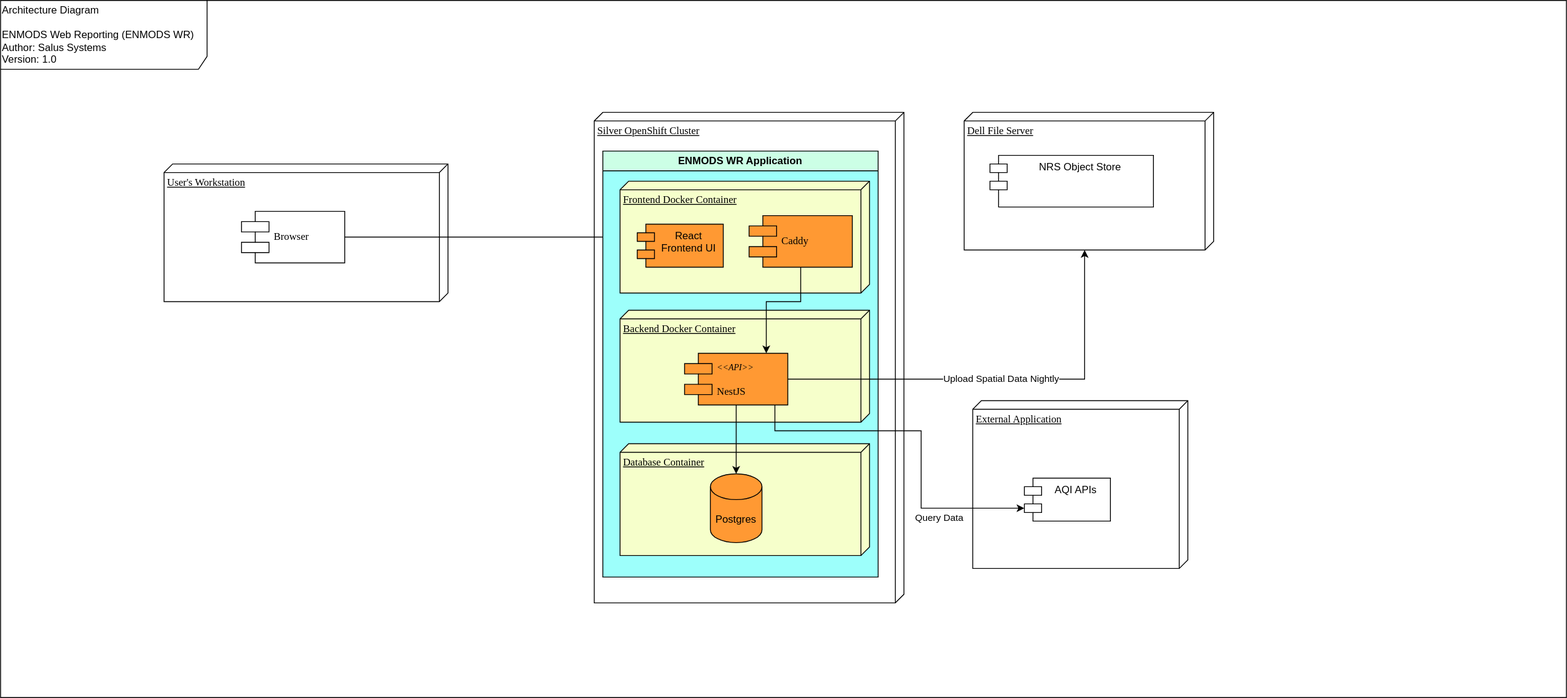
bcgov/nr-enmods-wr keeps this draw.io diagram as documentation/arch.drawio.svg. Above is the earlier version. Source tidied: cells renumbered, new cells last; positions are measured from the earlier drawing's top-left corner, leaving out a move shared by most shapes.
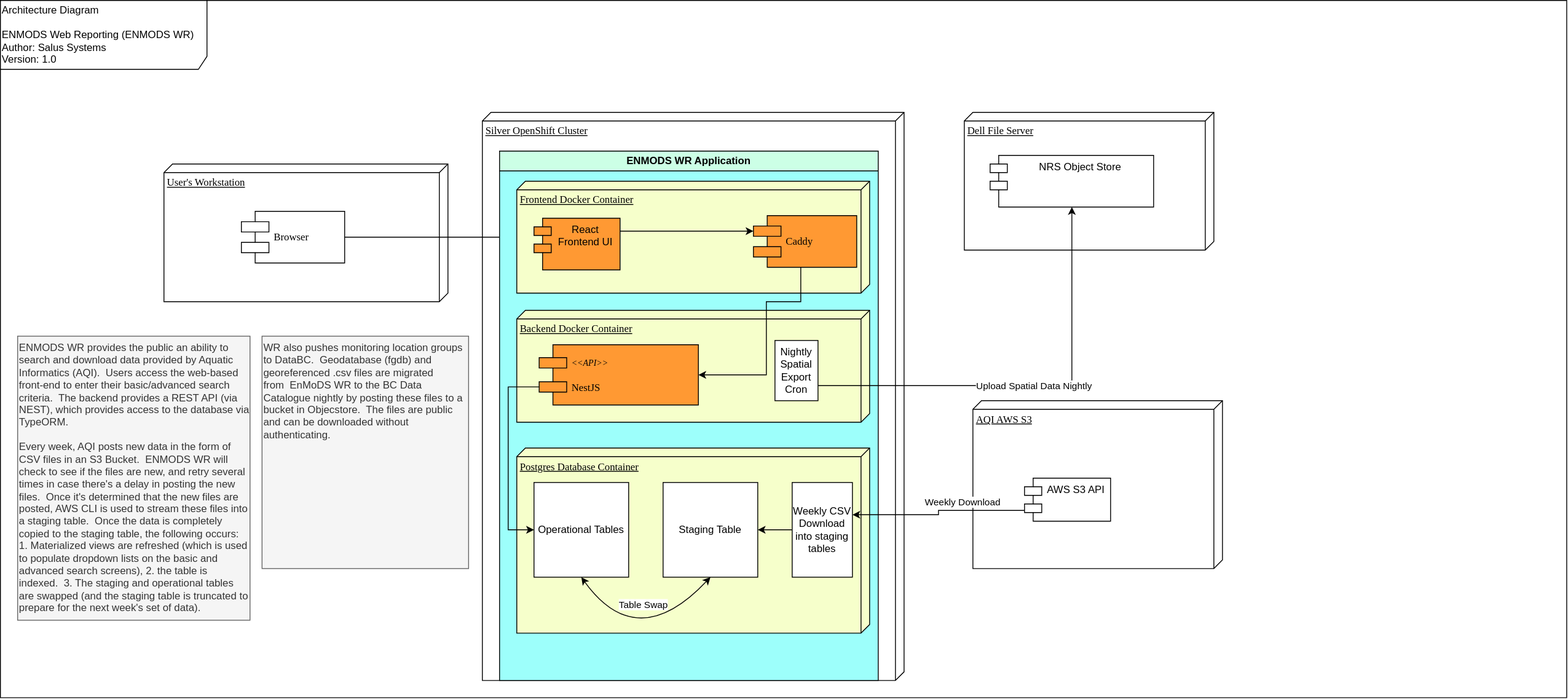
The same diagram one commit later.

The edit, as a diff of the source:
```diff
@@ -6,7 +6,7 @@
       <mxGeometry x="190" y="190" width="330" height="160" as="geometry" />
     </mxCell>
     <mxCell id="3" value="Silver OpenShift Cluster" style="verticalAlign=top;align=left;spacingTop=8;spacingLeft=2;spacingRight=12;shape=cube;size=10;direction=south;fontStyle=4;html=1;rounded=0;shadow=0;comic=0;labelBackgroundColor=none;strokeWidth=1;fontFamily=Verdana;fontSize=12;" parent="1" vertex="1">
-      <mxGeometry x="690" y="130" width="360" height="570" as="geometry" />
+      <mxGeometry x="560" y="130" width="490" height="660" as="geometry" />
     </mxCell>
     <mxCell id="4" style="edgeStyle=orthogonalEdgeStyle;rounded=0;jettySize=auto;html=1;" parent="1" edge="1" source="5" target="8">
       <mxGeometry relative="1" as="geometry" />
@@ -18,29 +18,31 @@
       <mxGeometry width="1820" height="810" as="geometry" />
     </mxCell>
     <mxCell id="7" value="ENMODS WR Application" style="swimlane;whiteSpace=wrap;html=1;fillColor=#CCFFE6;backgroundOutline=0;swimlaneFillColor=#9DFFFB;" parent="1" vertex="1">
-      <mxGeometry x="700" y="175" width="320" height="495" as="geometry" />
+      <mxGeometry x="580" y="175" width="440" height="615" as="geometry" />
     </mxCell>
+    <mxCell id="12" value="Postgres Database Container" style="verticalAlign=top;align=left;spacingTop=8;spacingLeft=2;spacingRight=12;shape=cube;size=10;direction=south;fontStyle=4;html=1;rounded=0;shadow=0;comic=0;labelBackgroundColor=none;strokeWidth=1;fontFamily=Verdana;fontSize=12;fillColor=#F6FFCB;" parent="7" vertex="1">
+      <mxGeometry x="20" y="345" width="410" height="215" as="geometry" />
+    </mxCell>
     <mxCell id="8" value="Frontend Docker Container" style="verticalAlign=top;align=left;spacingTop=8;spacingLeft=2;spacingRight=12;shape=cube;size=10;direction=south;fontStyle=4;html=1;rounded=0;shadow=0;comic=0;labelBackgroundColor=none;strokeWidth=1;fontFamily=Verdana;fontSize=12;fillColor=#F6FFCB;" parent="1" vertex="1">
-      <mxGeometry x="720" y="210" width="290" height="130" as="geometry" />
+      <mxGeometry x="600" y="210" width="410" height="130" as="geometry" />
     </mxCell>
     <mxCell id="9" value="Caddy" style="shape=component;align=left;spacingLeft=36;rounded=0;shadow=0;comic=0;labelBackgroundColor=none;strokeWidth=1;fontFamily=Verdana;fontSize=12;html=1;fillColor=#FF9933;" parent="1" vertex="1">
-      <mxGeometry x="870" y="250" width="120" height="60" as="geometry" />
+      <mxGeometry x="875" y="250" width="120" height="60" as="geometry" />
     </mxCell>
     <mxCell id="10" value="Backend Docker Container" style="verticalAlign=top;align=left;spacingTop=8;spacingLeft=2;spacingRight=12;shape=cube;size=10;direction=south;fontStyle=4;html=1;rounded=0;shadow=0;comic=0;labelBackgroundColor=none;strokeWidth=1;fontFamily=Verdana;fontSize=12;fillColor=#F6FFCB;" parent="1" vertex="1">
-      <mxGeometry x="720" y="360" width="290" height="130" as="geometry" />
+      <mxGeometry x="600" y="360" width="410" height="130" as="geometry" />
     </mxCell>
+    <mxCell id="24" style="edgeStyle=orthogonalEdgeStyle;rounded=0;jettySize=auto;html=1;exitX=0;exitY=0.7;exitDx=0;exitDy=0;entryX=0;entryY=0.5;entryDx=0;entryDy=0;" parent="1" edge="1" source="11" target="27">
+      <mxGeometry relative="1" as="geometry">
+        <Array as="points">
+          <mxPoint x="590" y="449" />
+          <mxPoint x="590" y="615" />
+        </Array>
+      </mxGeometry>
+    </mxCell>
     <mxCell id="11" value="&lt;div&gt;&lt;i&gt;&lt;font style=&quot;font-size: 10px;&quot;&gt;&amp;lt;&amp;lt;API&amp;gt;&amp;gt;&lt;/font&gt;&lt;/i&gt;&lt;/div&gt;&lt;div&gt;&lt;br&gt;&lt;/div&gt;&lt;div&gt;NestJS&lt;/div&gt;" style="shape=component;align=left;spacingLeft=36;rounded=0;shadow=0;comic=0;labelBackgroundColor=none;strokeWidth=1;fontFamily=Verdana;fontSize=12;html=1;fillColor=#FF9933;" parent="1" vertex="1">
-      <mxGeometry x="795" y="410" width="120" height="60" as="geometry" />
+      <mxGeometry x="626" y="400" width="185" height="70" as="geometry" />
     </mxCell>
-    <mxCell id="12" value="Database Container" style="verticalAlign=top;align=left;spacingTop=8;spacingLeft=2;spacingRight=12;shape=cube;size=10;direction=south;fontStyle=4;html=1;rounded=0;shadow=0;comic=0;labelBackgroundColor=none;strokeWidth=1;fontFamily=Verdana;fontSize=12;fillColor=#F6FFCB;" parent="1" vertex="1">
-      <mxGeometry x="720" y="515" width="290" height="130" as="geometry" />
-    </mxCell>
-    <mxCell id="13" value="Postgres" style="shape=cylinder3;whiteSpace=wrap;html=1;boundedLbl=1;backgroundOutline=1;size=15;fillColor=#FF9933;" parent="1" vertex="1">
-      <mxGeometry x="825" y="550" width="60" height="80" as="geometry" />
-    </mxCell>
-    <mxCell id="14" style="edgeStyle=orthogonalEdgeStyle;rounded=0;jettySize=auto;html=1;exitX=0.5;exitY=1;exitDx=0;exitDy=0;" parent="1" edge="1" source="11" target="13">
-      <mxGeometry relative="1" as="geometry" />
-    </mxCell>
     <mxCell id="15" style="edgeStyle=orthogonalEdgeStyle;rounded=0;jettySize=auto;html=1;" parent="1" edge="1" source="9" target="11">
       <mxGeometry relative="1" as="geometry">
         <Array as="points">
@@ -49,8 +51,11 @@
         </Array>
       </mxGeometry>
     </mxCell>
+    <mxCell id="25" style="edgeStyle=orthogonalEdgeStyle;rounded=0;jettySize=auto;html=1;exitX=1;exitY=0.25;exitDx=0;exitDy=0;entryX=0;entryY=0.3;entryDx=0;entryDy=0;" parent="1" edge="1" source="16" target="9">
+      <mxGeometry relative="1" as="geometry" />
+    </mxCell>
     <mxCell id="16" value="React Frontend UI" style="shape=module;align=left;spacingLeft=20;align=center;verticalAlign=top;whiteSpace=wrap;html=1;fillColor=#FF9933;" parent="1" vertex="1">
-      <mxGeometry x="740" y="260" width="100" height="50" as="geometry" />
+      <mxGeometry x="620" y="253" width="100" height="60" as="geometry" />
     </mxCell>
     <mxCell id="17" value="&lt;div&gt;Dell File Server&lt;/div&gt;" style="verticalAlign=top;align=left;spacingTop=8;spacingLeft=2;spacingRight=12;shape=cube;size=10;direction=south;fontStyle=4;html=1;rounded=0;shadow=0;comic=0;labelBackgroundColor=none;strokeWidth=1;fontFamily=Verdana;fontSize=12;" parent="1" vertex="1">
       <mxGeometry x="1120" y="130" width="290" height="160" as="geometry" />
@@ -58,29 +63,62 @@
     <mxCell id="18" value="NRS Object Store" style="shape=module;align=left;spacingLeft=20;align=center;verticalAlign=top;whiteSpace=wrap;html=1;" parent="1" vertex="1">
       <mxGeometry x="1150" y="180" width="190" height="60" as="geometry" />
     </mxCell>
-    <mxCell id="19" value="External Application" style="verticalAlign=top;align=left;spacingTop=8;spacingLeft=2;spacingRight=12;shape=cube;size=10;direction=south;fontStyle=4;html=1;rounded=0;shadow=0;comic=0;labelBackgroundColor=none;strokeWidth=1;fontFamily=Verdana;fontSize=12;" parent="1" vertex="1">
-      <mxGeometry x="1130" y="465" width="250" height="195" as="geometry" />
+    <mxCell id="19" value="AQI AWS S3" style="verticalAlign=top;align=left;spacingTop=8;spacingLeft=2;spacingRight=12;shape=cube;size=10;direction=south;fontStyle=4;html=1;rounded=0;shadow=0;comic=0;labelBackgroundColor=none;strokeWidth=1;fontFamily=Verdana;fontSize=12;" parent="1" vertex="1">
+      <mxGeometry x="1130" y="465" width="290" height="195" as="geometry" />
     </mxCell>
-    <mxCell id="20" value="AQI APIs" style="shape=module;align=center;spacingLeft=20;align=center;verticalAlign=top;whiteSpace=wrap;html=1;" parent="1" vertex="1">
+    <mxCell id="20" value="AWS S3 API" style="shape=module;align=center;spacingLeft=20;align=center;verticalAlign=top;whiteSpace=wrap;html=1;" parent="1" vertex="1">
       <mxGeometry x="1190" y="555" width="100" height="50" as="geometry" />
     </mxCell>
-    <mxCell id="21" style="edgeStyle=orthogonalEdgeStyle;rounded=0;jettySize=auto;html=1;entryX=0;entryY=0;entryDx=0;entryDy=35;entryPerimeter=0;" parent="1" edge="1" target="20">
+    <mxCell id="21" style="edgeStyle=orthogonalEdgeStyle;rounded=0;orthogonalLoop=1;jettySize=auto;html=1;entryX=0;entryY=0;entryDx=0;entryDy=35;entryPerimeter=0;exitX=1;exitY=0.5;exitDx=0;exitDy=0;endArrow=none;endFill=0;startArrow=classic;startFill=1;" parent="1" edge="1">
       <mxGeometry relative="1" as="geometry">
-        <mxPoint x="900" y="470" as="sourcePoint" />
+        <mxPoint x="990" y="597.5" as="sourcePoint" />
+        <mxPoint x="1190" y="592.5" as="targetPoint" />
         <Array as="points">
-          <mxPoint x="900" y="500" />
-          <mxPoint x="1070" y="500" />
-          <mxPoint x="1070" y="590" />
+          <mxPoint x="1090" y="597.5" />
+          <mxPoint x="1090" y="592.5" />
         </Array>
       </mxGeometry>
     </mxCell>
-    <mxCell id="22" value="Query Data" style="edgeLabel;html=1;align=center;verticalAlign=middle;" parent="21" vertex="1">
+    <mxCell id="22" value="Weekly Download" style="edgeLabel;html=1;align=center;verticalAlign=middle;" parent="21" vertex="1">
       <mxGeometry x="0.5" y="-1" relative="1" as="geometry">
-        <mxPoint x="2" y="9" as="offset" />
+        <mxPoint x="-21" y="-11" as="offset" />
       </mxGeometry>
     </mxCell>
-    <mxCell id="23" value="Upload Spatial Data Nightly" style="edgeStyle=orthogonalEdgeStyle;rounded=0;jettySize=auto;html=1;exitX=1;exitY=0.5;exitDx=0;exitDy=0;entryX=0;entryY=0;entryDx=160;entryDy=150;entryPerimeter=0;" parent="1" edge="1" source="11" target="17">
+    <mxCell id="23" value="Upload Spatial Data Nightly" style="edgeStyle=orthogonalEdgeStyle;rounded=0;jettySize=auto;html=1;exitX=1;exitY=0.75;exitDx=0;exitDy=0;entryX=0.5;entryY=1;entryDx=0;entryDy=0;" parent="1" edge="1" source="26" target="18">
       <mxGeometry relative="1" as="geometry" />
     </mxCell>
+    <mxCell id="26" value="Nightly Spatial Export Cron" style="rounded=0;whiteSpace=wrap;html=1;" parent="1" vertex="1">
+      <mxGeometry x="900" y="395" width="50" height="70" as="geometry" />
+    </mxCell>
+    <mxCell id="27" value="Operational Tables" style="whiteSpace=wrap;html=1;" parent="1" vertex="1">
+      <mxGeometry x="620" y="560" width="110" height="110" as="geometry" />
+    </mxCell>
+    <mxCell id="28" value="Staging Table" style="whiteSpace=wrap;html=1;" parent="1" vertex="1">
+      <mxGeometry x="770" y="560" width="110" height="110" as="geometry" />
+    </mxCell>
+    <mxCell id="29" style="edgeStyle=orthogonalEdgeStyle;rounded=0;jettySize=auto;html=1;exitX=0;exitY=0.5;exitDx=0;exitDy=0;entryX=1;entryY=0.5;entryDx=0;entryDy=0;" parent="1" edge="1" source="30" target="28">
+      <mxGeometry relative="1" as="geometry" />
+    </mxCell>
+    <mxCell id="30" value="Weekly CSV Download into staging tables" style="rounded=0;whiteSpace=wrap;html=1;" parent="1" vertex="1">
+      <mxGeometry x="920" y="560" width="70" height="110" as="geometry" />
+    </mxCell>
+    <mxCell id="31" style="curved=1;endArrow=classic;html=1;rounded=0;entryX=0.5;entryY=1;entryDx=0;entryDy=0;exitX=0.5;exitY=1;exitDx=0;exitDy=0;startArrow=classic;startFill=1;" parent="1" edge="1" source="27" target="28">
+      <mxGeometry relative="1" as="geometry">
+        <Array as="points">
+          <mxPoint x="740" y="760" />
+        </Array>
+      </mxGeometry>
+    </mxCell>
+    <mxCell id="32" value="Table Swap" style="edgeLabel;html=1;align=center;verticalAlign=middle;" parent="31" vertex="1">
+      <mxGeometry x="0.45" y="8" relative="1" as="geometry">
+        <mxPoint x="-28" y="-10" as="offset" />
+      </mxGeometry>
+    </mxCell>
+    <mxCell id="33" value="&lt;div&gt;ENMODS WR provides the public an ability to search and download data provided by Aquatic Informatics (AQI).&amp;nbsp; Users access the web-based front-end to enter their basic/advanced search criteria.&amp;nbsp; The backend provides a REST API (via NEST), which provides access to the database via TypeORM.&lt;/div&gt;&lt;div&gt;&lt;br&gt;&lt;/div&gt;&lt;div&gt;Every week, AQI posts new data in the form of CSV files in an S3 Bucket.&amp;nbsp; ENMODS WR will check to see if the files are new, and retry several times in case there's a delay in posting the new files.&amp;nbsp; Once it's determined that the new files are posted, AWS CLI is used to stream these files into a staging table.&amp;nbsp; Once the data is completely copied to the staging table, the following occurs: 1. Materialized views are refreshed (which is used to populate dropdown lists on the basic and advanced search screens), 2. the table is indexed.&amp;nbsp; 3. The staging and operational tables are swapped (and the staging table is truncated to prepare for the next week's set of data).&lt;/div&gt;&lt;div&gt;&lt;br&gt;&lt;/div&gt;&lt;div&gt;&lt;br&gt;&lt;/div&gt;" style="text;html=1;whiteSpace=wrap;strokeColor=#666666;fillColor=#f5f5f5;align=left;verticalAlign=top;rounded=0;fontColor=#333333;glass=0;" parent="1" vertex="1">
+      <mxGeometry x="20" y="390" width="270" height="330" as="geometry" />
+    </mxCell>
+    <mxCell id="34" value="&lt;div&gt;WR also pushes monitoring location groups to DataBC.&amp;nbsp; Geodatabase (fgdb) and georeferenced .csv files are migrated from&amp;nbsp;&amp;nbsp;EnMoDS WR to the BC Data Catalogue nightly by posting these files to a bucket in Objecstore.&amp;nbsp; The files are public and can be downloaded without authenticating.&lt;/div&gt;&lt;div&gt;&lt;br&gt;&lt;/div&gt;" style="text;html=1;whiteSpace=wrap;strokeColor=#666666;fillColor=#f5f5f5;align=left;verticalAlign=top;rounded=0;fontColor=#333333;glass=0;" parent="1" vertex="1">
+      <mxGeometry x="304" y="390" width="240" height="270" as="geometry" />
+    </mxCell>
   </root>
 </mxGraphModel>
```
